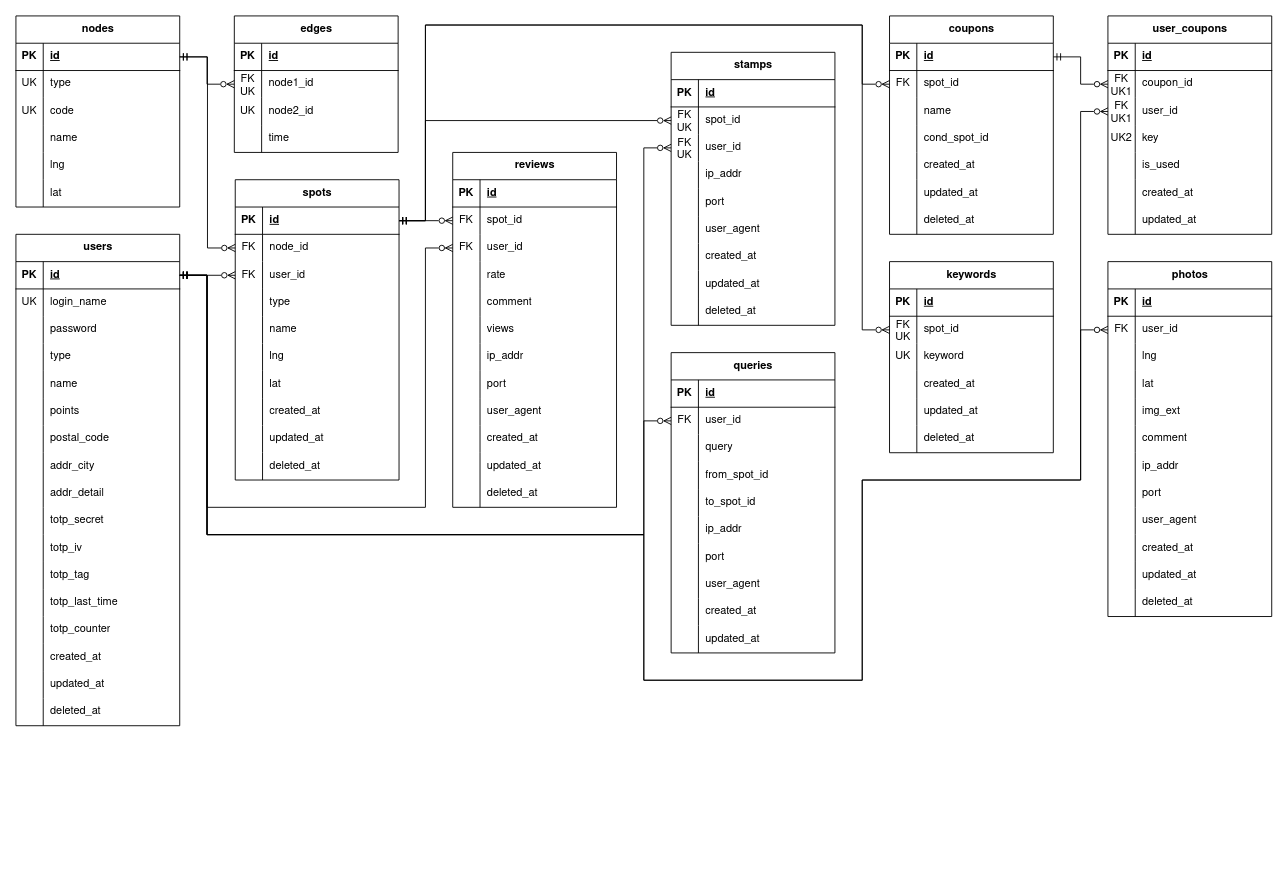
Earlier version of the draw.io diagram docs/figure/gaibu-er.drawio (r02092/se2025). Source tidied: cells renumbered, new cells numbered last; positions are measured from the earlier drawing's top-left corner, leaving out a move shared by most shapes. Both pictures are drawn from the tidied source at 91%, with x=0, y=0 at pixel (15, 15).
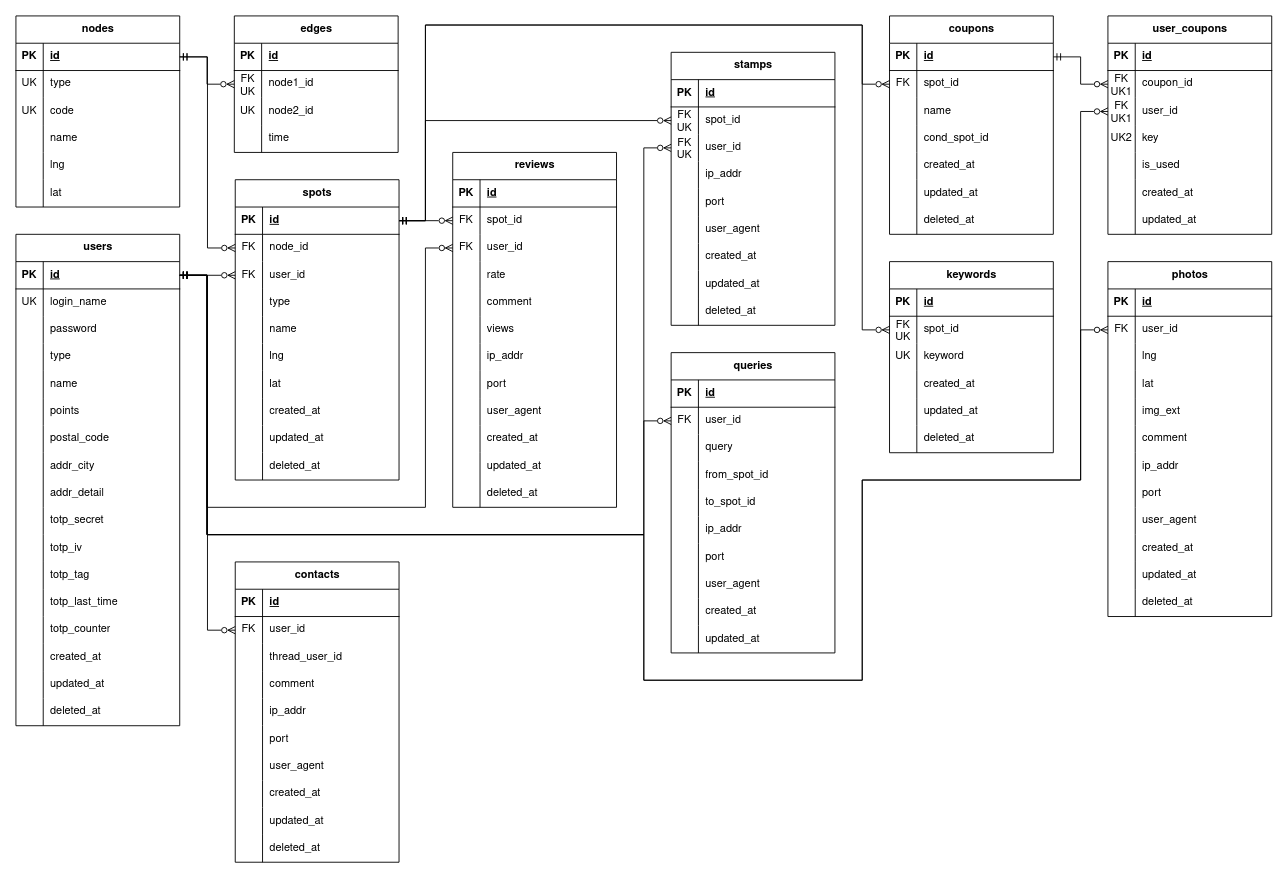
The same diagram, later.

Unchanged cells that the change refers to:
```xml
<mxCell id="68" style="shape=tableRow;horizontal=0;startSize=0;swimlaneHead=0;swimlaneBody=0;fillColor=none;points=[[0,0.5],[1,0.5]];portConstraint=eastwest;top=0;left=0;right=0;bottom=1;fontFamily=Nimbus Sans;" parent="67" vertex="1">
  <mxGeometry y="30" width="180" height="30" as="geometry" />
</mxCell>
```

Change to the diagram source:
```diff
@@
+    <mxCell id="326" value="contacts" style="shape=table;startSize=30;childLayout=tableLayout;rowLines=0;fontStyle=1;align=center;html=1;fontFamily=Nimbus Sans;" parent="1" vertex="1">
+      <mxGeometry x="241" y="600" width="180" height="330" as="geometry" />
+    </mxCell>
+    <mxCell id="327" style="shape=tableRow;horizontal=0;startSize=0;swimlaneHead=0;swimlaneBody=0;fillColor=none;top=0;left=0;right=0;bottom=1;fontFamily=Nimbus Sans;" parent="326" vertex="1">
+      <mxGeometry y="30" width="180" height="30" as="geometry" />
+    </mxCell>
+    <mxCell id="328" value="PK" style="shape=partialRectangle;fillColor=none;top=0;left=0;bottom=0;right=0;fontStyle=1;overflow=hidden;whiteSpace=wrap;html=1;fontFamily=Nimbus Sans;" parent="327" vertex="1">
+      <mxGeometry width="30" height="30" as="geometry" />
+    </mxCell>
+    <mxCell id="329" value="id" style="shape=partialRectangle;fillColor=none;top=0;left=0;bottom=0;right=0;align=left;spacingLeft=6;fontStyle=5;overflow=hidden;whiteSpace=wrap;html=1;fontFamily=Nimbus Sans;" parent="327" vertex="1">
+      <mxGeometry x="30" width="150" height="30" as="geometry" />
+    </mxCell>
+    <mxCell id="330" style="shape=tableRow;horizontal=0;startSize=0;swimlaneHead=0;swimlaneBody=0;fillColor=none;points=[[0,0.5],[1,0.5]];portConstraint=eastwest;top=0;left=0;right=0;bottom=0;fontFamily=Nimbus Sans;" parent="326" vertex="1">
+      <mxGeometry y="60" width="180" height="30" as="geometry" />
+    </mxCell>
+    <mxCell id="331" value="FK" style="shape=partialRectangle;fillColor=none;top=0;left=0;bottom=0;right=0;overflow=hidden;whiteSpace=wrap;html=1;fontFamily=Nimbus Sans;" parent="330" vertex="1">
+      <mxGeometry width="30" height="30" as="geometry" />
+    </mxCell>
+    <mxCell id="332" value="user_id" style="shape=partialRectangle;fillColor=none;top=0;left=0;bottom=0;right=0;align=left;spacingLeft=6;overflow=hidden;whiteSpace=wrap;html=1;fontFamily=Nimbus Sans;" parent="330" vertex="1">
+      <mxGeometry x="30" width="150" height="30" as="geometry" />
+    </mxCell>
+    <mxCell id="333" style="shape=tableRow;horizontal=0;startSize=0;swimlaneHead=0;swimlaneBody=0;fillColor=none;top=0;left=0;right=0;bottom=0;fontFamily=Nimbus Sans;" parent="326" vertex="1">
+      <mxGeometry y="90" width="180" height="30" as="geometry" />
+    </mxCell>
+    <mxCell id="334" style="shape=partialRectangle;fillColor=none;top=0;left=0;bottom=0;right=0;overflow=hidden;whiteSpace=wrap;html=1;fontFamily=Nimbus Sans;" parent="333" vertex="1">
+      <mxGeometry width="30" height="30" as="geometry" />
+    </mxCell>
+    <mxCell id="335" value="&lt;span class=&quot;HwtZe&quot; lang=&quot;en&quot;&gt;&lt;span class=&quot;jCAhz ChMk0b C1N51c&quot;&gt;&lt;span class=&quot;ryNqvb&quot;&gt;thread&lt;/span&gt;&lt;/span&gt;&lt;/span&gt;_user_id" style="shape=partialRectangle;fillColor=none;top=0;left=0;bottom=0;right=0;align=left;spacingLeft=6;overflow=hidden;whiteSpace=wrap;html=1;fontFamily=Nimbus Sans;" parent="333" vertex="1">
+      <mxGeometry x="30" width="150" height="30" as="geometry" />
+    </mxCell>
+    <mxCell id="336" style="shape=tableRow;horizontal=0;startSize=0;swimlaneHead=0;swimlaneBody=0;fillColor=none;top=0;left=0;right=0;bottom=0;fontFamily=Nimbus Sans;" parent="326" vertex="1">
+      <mxGeometry y="120" width="180" height="30" as="geometry" />
+    </mxCell>
+    <mxCell id="337" style="shape=partialRectangle;fillColor=none;top=0;left=0;bottom=0;right=0;overflow=hidden;whiteSpace=wrap;html=1;fontFamily=Nimbus Sans;" parent="336" vertex="1">
+      <mxGeometry width="30" height="30" as="geometry" />
+    </mxCell>
+    <mxCell id="338" value="comment" style="shape=partialRectangle;fillColor=none;top=0;left=0;bottom=0;right=0;align=left;spacingLeft=6;overflow=hidden;whiteSpace=wrap;html=1;fontFamily=Nimbus Sans;" parent="336" vertex="1">
+      <mxGeometry x="30" width="150" height="30" as="geometry" />
+    </mxCell>
+    <mxCell id="339" style="shape=tableRow;horizontal=0;startSize=0;swimlaneHead=0;swimlaneBody=0;fillColor=none;top=0;left=0;right=0;bottom=0;fontFamily=Nimbus Sans;" parent="326" vertex="1">
+      <mxGeometry y="150" width="180" height="30" as="geometry" />
+    </mxCell>
+    <mxCell id="340" style="shape=partialRectangle;fillColor=none;top=0;left=0;bottom=0;right=0;overflow=hidden;whiteSpace=wrap;html=1;fontFamily=Nimbus Sans;" parent="339" vertex="1">
+      <mxGeometry width="30" height="30" as="geometry" />
+    </mxCell>
+    <mxCell id="341" value="ip_addr" style="shape=partialRectangle;fillColor=none;top=0;left=0;bottom=0;right=0;align=left;spacingLeft=6;overflow=hidden;whiteSpace=wrap;html=1;fontFamily=Nimbus Sans;" parent="339" vertex="1">
+      <mxGeometry x="30" width="150" height="30" as="geometry" />
+    </mxCell>
+    <mxCell id="342" style="shape=tableRow;horizontal=0;startSize=0;swimlaneHead=0;swimlaneBody=0;fillColor=none;top=0;left=0;right=0;bottom=0;fontFamily=Nimbus Sans;" parent="326" vertex="1">
+      <mxGeometry y="180" width="180" height="30" as="geometry" />
+    </mxCell>
+    <mxCell id="343" style="shape=partialRectangle;fillColor=none;top=0;left=0;bottom=0;right=0;overflow=hidden;whiteSpace=wrap;html=1;fontFamily=Nimbus Sans;" parent="342" vertex="1">
+      <mxGeometry width="30" height="30" as="geometry" />
+    </mxCell>
+    <mxCell id="344" value="port" style="shape=partialRectangle;fillColor=none;top=0;left=0;bottom=0;right=0;align=left;spacingLeft=6;overflow=hidden;whiteSpace=wrap;html=1;fontFamily=Nimbus Sans;" parent="342" vertex="1">
+      <mxGeometry x="30" width="150" height="30" as="geometry" />
+    </mxCell>
+    <mxCell id="345" style="shape=tableRow;horizontal=0;startSize=0;swimlaneHead=0;swimlaneBody=0;fillColor=none;top=0;left=0;right=0;bottom=0;fontFamily=Nimbus Sans;" parent="326" vertex="1">
+      <mxGeometry y="210" width="180" height="30" as="geometry" />
+    </mxCell>
+    <mxCell id="346" style="shape=partialRectangle;fillColor=none;top=0;left=0;bottom=0;right=0;overflow=hidden;whiteSpace=wrap;html=1;fontFamily=Nimbus Sans;" parent="345" vertex="1">
+      <mxGeometry width="30" height="30" as="geometry" />
+    </mxCell>
+    <mxCell id="347" value="user_agent" style="shape=partialRectangle;fillColor=none;top=0;left=0;bottom=0;right=0;align=left;spacingLeft=6;overflow=hidden;whiteSpace=wrap;html=1;fontFamily=Nimbus Sans;" parent="345" vertex="1">
+      <mxGeometry x="30" width="150" height="30" as="geometry" />
+    </mxCell>
+    <mxCell id="348" style="shape=tableRow;horizontal=0;startSize=0;swimlaneHead=0;swimlaneBody=0;fillColor=none;top=0;left=0;right=0;bottom=0;fontFamily=Nimbus Sans;" parent="326" vertex="1">
+      <mxGeometry y="240" width="180" height="30" as="geometry" />
+    </mxCell>
+    <mxCell id="349" style="shape=partialRectangle;fillColor=none;top=0;left=0;bottom=0;right=0;overflow=hidden;whiteSpace=wrap;html=1;fontFamily=Nimbus Sans;" parent="348" vertex="1">
+      <mxGeometry width="30" height="30" as="geometry" />
+    </mxCell>
+    <mxCell id="350" value="created_at" style="shape=partialRectangle;fillColor=none;top=0;left=0;bottom=0;right=0;align=left;spacingLeft=6;overflow=hidden;whiteSpace=wrap;html=1;fontFamily=Nimbus Sans;" parent="348" vertex="1">
+      <mxGeometry x="30" width="150" height="30" as="geometry" />
+    </mxCell>
+    <mxCell id="351" style="shape=tableRow;horizontal=0;startSize=0;swimlaneHead=0;swimlaneBody=0;fillColor=none;top=0;left=0;right=0;bottom=0;fontFamily=Nimbus Sans;" parent="326" vertex="1">
+      <mxGeometry y="270" width="180" height="30" as="geometry" />
+    </mxCell>
+    <mxCell id="352" style="shape=partialRectangle;fillColor=none;top=0;left=0;bottom=0;right=0;overflow=hidden;whiteSpace=wrap;html=1;fontFamily=Nimbus Sans;" parent="351" vertex="1">
+      <mxGeometry width="30" height="30" as="geometry" />
+    </mxCell>
+    <mxCell id="353" value="updated_at" style="shape=partialRectangle;fillColor=none;top=0;left=0;bottom=0;right=0;align=left;spacingLeft=6;overflow=hidden;whiteSpace=wrap;html=1;fontFamily=Nimbus Sans;" parent="351" vertex="1">
+      <mxGeometry x="30" width="150" height="30" as="geometry" />
+    </mxCell>
+    <mxCell id="354" style="shape=tableRow;horizontal=0;startSize=0;swimlaneHead=0;swimlaneBody=0;fillColor=none;top=0;left=0;right=0;bottom=0;fontFamily=Nimbus Sans;" parent="326" vertex="1">
+      <mxGeometry y="300" width="180" height="30" as="geometry" />
+    </mxCell>
+    <mxCell id="355" style="shape=partialRectangle;fillColor=none;top=0;left=0;bottom=0;right=0;overflow=hidden;whiteSpace=wrap;html=1;fontFamily=Nimbus Sans;" parent="354" vertex="1">
+      <mxGeometry width="30" height="30" as="geometry" />
+    </mxCell>
+    <mxCell id="356" value="deleted_at" style="shape=partialRectangle;fillColor=none;top=0;left=0;bottom=0;right=0;align=left;spacingLeft=6;overflow=hidden;whiteSpace=wrap;html=1;fontFamily=Nimbus Sans;" parent="354" vertex="1">
+      <mxGeometry x="30" width="150" height="30" as="geometry" />
+    </mxCell>
+    <mxCell id="357" style="edgeStyle=orthogonalEdgeStyle;rounded=0;jettySize=auto;html=1;exitX=1;exitY=0.5;exitDx=0;exitDy=0;entryX=0;entryY=0.5;entryDx=0;entryDy=0;startArrow=ERmandOne;startFill=0;endArrow=ERzeroToMany;endFill=0;" parent="1" edge="1" source="68" target="330">
+      <mxGeometry relative="1" as="geometry" />
+    </mxCell>
```
